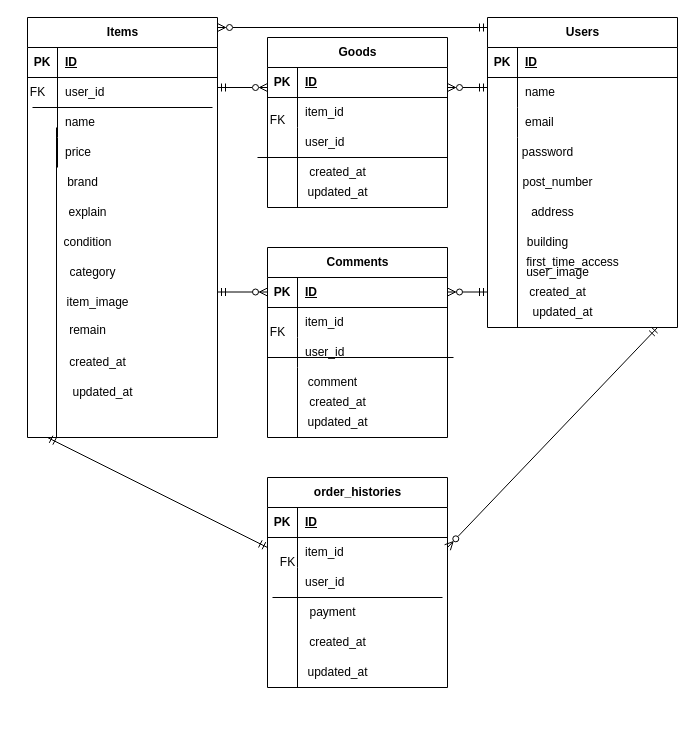
Before: src/1.drawio in takayuki2025/simulation1, a draw.io diagram. Source tidied: cells renumbered, new cells numbered last; positions are measured from the earlier drawing's top-left corner, leaving out a move shared by most shapes. Both pictures are drawn from the tidied source at 100%, with x=0, y=0 at pixel (17, 17).
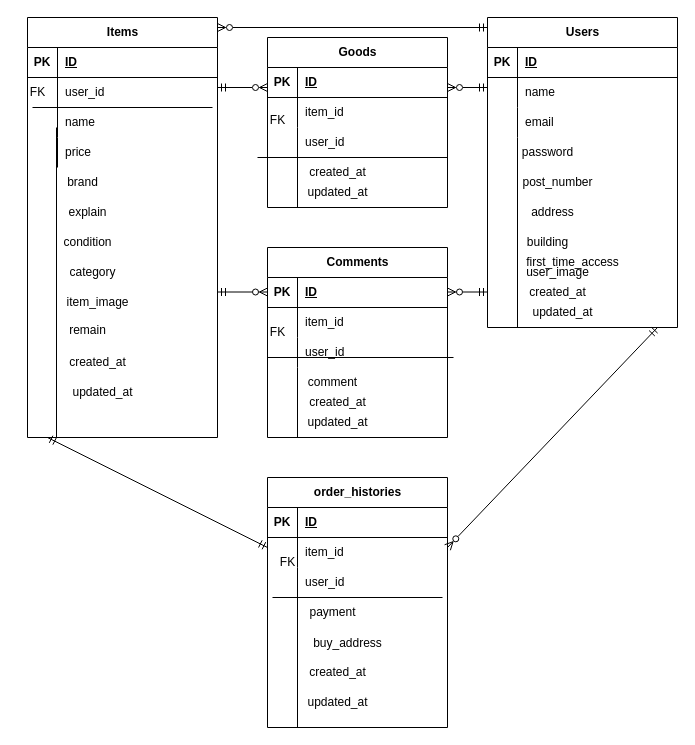
The same diagram, later.

Diff of the diagram source:
```diff
@@
     <mxCell id="88" value="order_histories" style="shape=table;startSize=30;childLayout=tableLayout;rowLines=0;fontStyle=1;align=center;html=1;" parent="1" vertex="1">
-      <mxGeometry x="250" y="460" width="180" height="210" as="geometry" />
+      <mxGeometry x="250" y="460" width="180" height="250" as="geometry" />
     </mxCell>
@@
     <mxCell id="98" style="shape=tableRow;horizontal=0;startSize=0;swimlaneHead=0;swimlaneBody=0;fillColor=none;top=0;left=0;right=0;bottom=0;" parent="88" vertex="1">
-      <mxGeometry y="120" width="180" height="90" as="geometry" />
+      <mxGeometry y="120" width="180" height="130" as="geometry" />
     </mxCell>
     <mxCell id="99" style="shape=partialRectangle;fillColor=none;top=0;left=0;bottom=0;right=0;overflow=hidden;whiteSpace=wrap;html=1;" parent="98" vertex="1">
-      <mxGeometry width="30" height="90" as="geometry" />
+      <mxGeometry width="30" height="130" as="geometry" />
     </mxCell>
     <mxCell id="100" style="shape=partialRectangle;fillColor=none;top=0;left=0;bottom=0;right=0;align=left;spacingLeft=6;overflow=hidden;whiteSpace=wrap;html=1;" parent="98" vertex="1">
-      <mxGeometry x="30" width="150" height="90" as="geometry" />
+      <mxGeometry x="30" width="150" height="130" as="geometry" />
     </mxCell>
@@
     <mxCell id="105" value="&lt;span style=&quot;color: rgb(0, 0, 0);&quot;&gt;created_at&lt;/span&gt;" style="text;html=1;align=center;verticalAlign=middle;strokeColor=none;fillColor=none;" parent="1" vertex="1">
-      <mxGeometry x="280" y="610" width="80" height="30" as="geometry" />
+      <mxGeometry x="280" y="640" width="80" height="30" as="geometry" />
     </mxCell>
     <mxCell id="106" value="&lt;span style=&quot;color: rgb(0, 0, 0);&quot;&gt;updated_at&lt;/span&gt;" style="text;html=1;align=center;verticalAlign=middle;strokeColor=none;fillColor=none;" parent="1" vertex="1">
-      <mxGeometry x="280" y="640" width="80" height="30" as="geometry" />
+      <mxGeometry x="280" y="670" width="80" height="30" as="geometry" />
     </mxCell>
@@
+    <mxCell id="110" value="&lt;div style=&quot;line-height: 18px; white-space-collapse: preserve;&quot;&gt;&lt;span style=&quot;line-height: 120%;&quot;&gt;&lt;font face=&quot;Helvetica&quot;&gt;buy_address&lt;/font&gt;&lt;/span&gt;&lt;/div&gt;" style="text;html=1;align=center;verticalAlign=middle;" parent="1" vertex="1">
+      <mxGeometry x="285" y="610" width="90" height="30" as="geometry" />
+    </mxCell>
```
